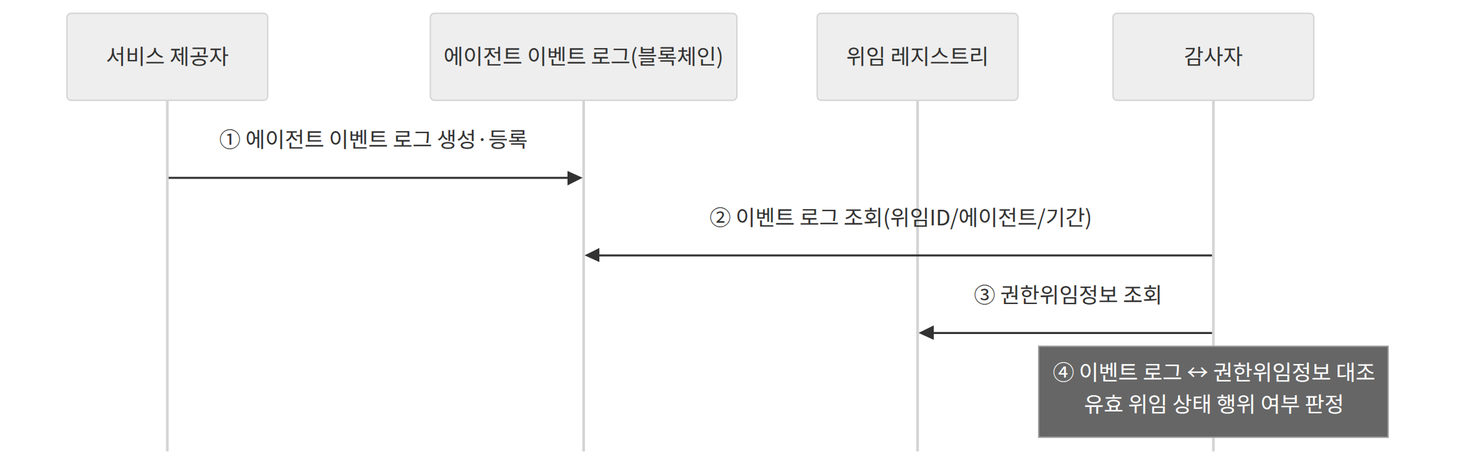
The Mermaid diagram docs/tta-standard/figures/fig4-audit-seq.png in jsong1230/meta-agents, before a commit. Its source is kept beside it as docs/tta-standard/figures/fig4-audit-seq.mmd. Its diagram source:
```mermaid
sequenceDiagram
    participant SP as 서비스 제공자
    participant LOG as 에이전트 이벤트 로그(블록체인)
    participant REG as 위임 레지스트리
    participant AUD as 감사자
    SP->>LOG: ① 에이전트 이벤트 로그 생성·등록
    AUD->>LOG: ② 이벤트 로그 조회(위임ID/에이전트/기간)
    AUD->>REG: ③ 권한위임정보 조회
    Note over AUD: ④ 이벤트 로그 ↔ 권한위임정보 대조<br/>유효 위임 상태 행위 여부 판정
```
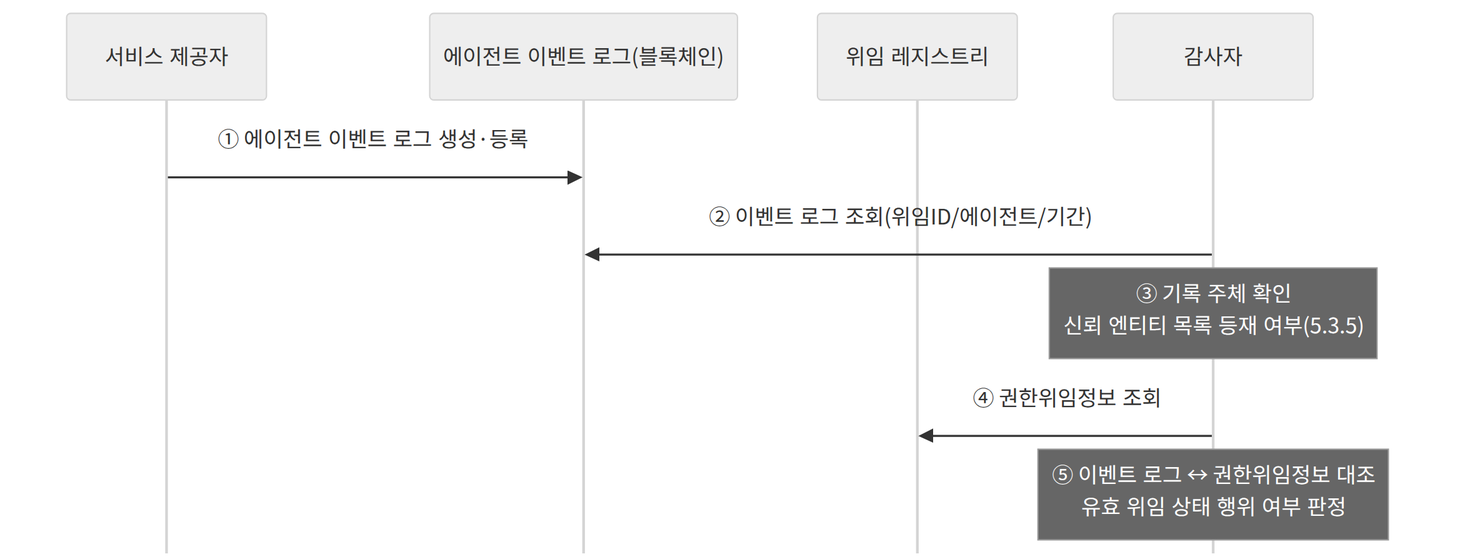
Later version of the same file.

Change to the diagram source:
```diff
@@ -5,5 +5,6 @@
     participant AUD as 감사자
     SP->>LOG: ① 에이전트 이벤트 로그 생성·등록
     AUD->>LOG: ② 이벤트 로그 조회(위임ID/에이전트/기간)
-    AUD->>REG: ③ 권한위임정보 조회
-    Note over AUD: ④ 이벤트 로그 ↔ 권한위임정보 대조<br/>유효 위임 상태 행위 여부 판정
+    Note over AUD: ③ 기록 주체 확인<br/>신뢰 엔티티 목록 등재 여부(5.3.5)
+    AUD->>REG: ④ 권한위임정보 조회
+    Note over AUD: ⑤ 이벤트 로그 ↔ 권한위임정보 대조<br/>유효 위임 상태 행위 여부 판정
```
